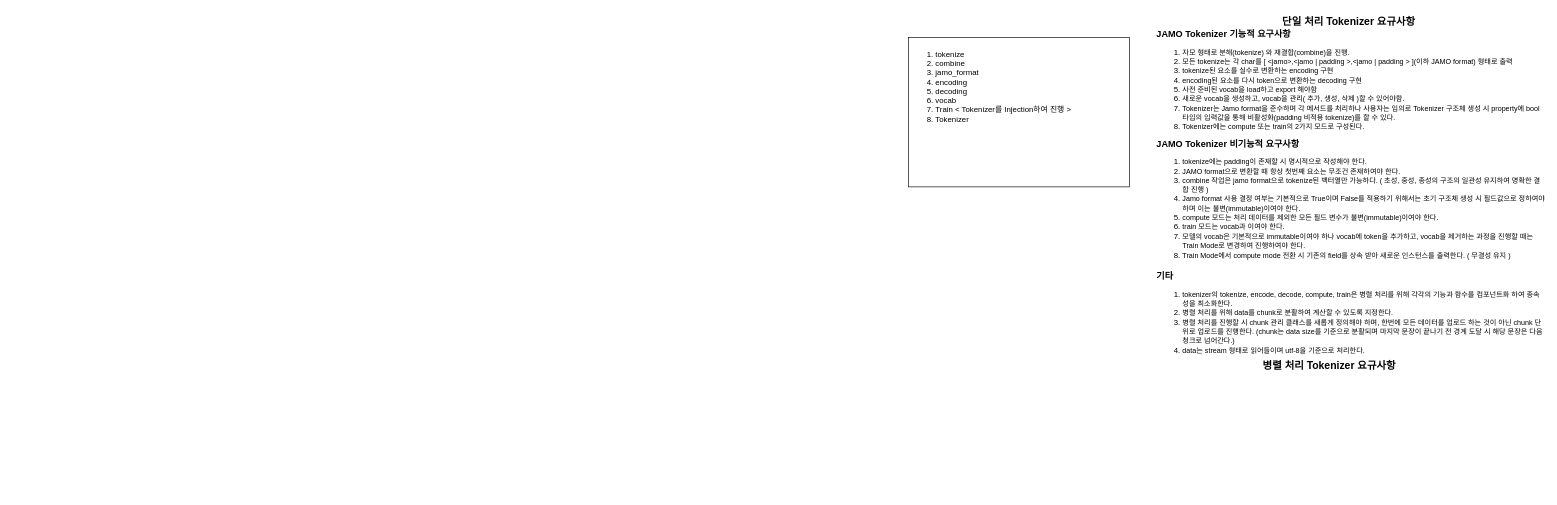
Earlier version of the draw.io diagram JAMO Tokenizer 요구사항 정리.drawio (tolf7544/JAMO-Tokenizer). Source tidied: cells renumbered, new cells numbered last; positions are measured from the earlier drawing's top-left corner, leaving out a move shared by most shapes. Both pictures are drawn from the tidied source at 65%, with x=0, y=0 at pixel (908, 11).
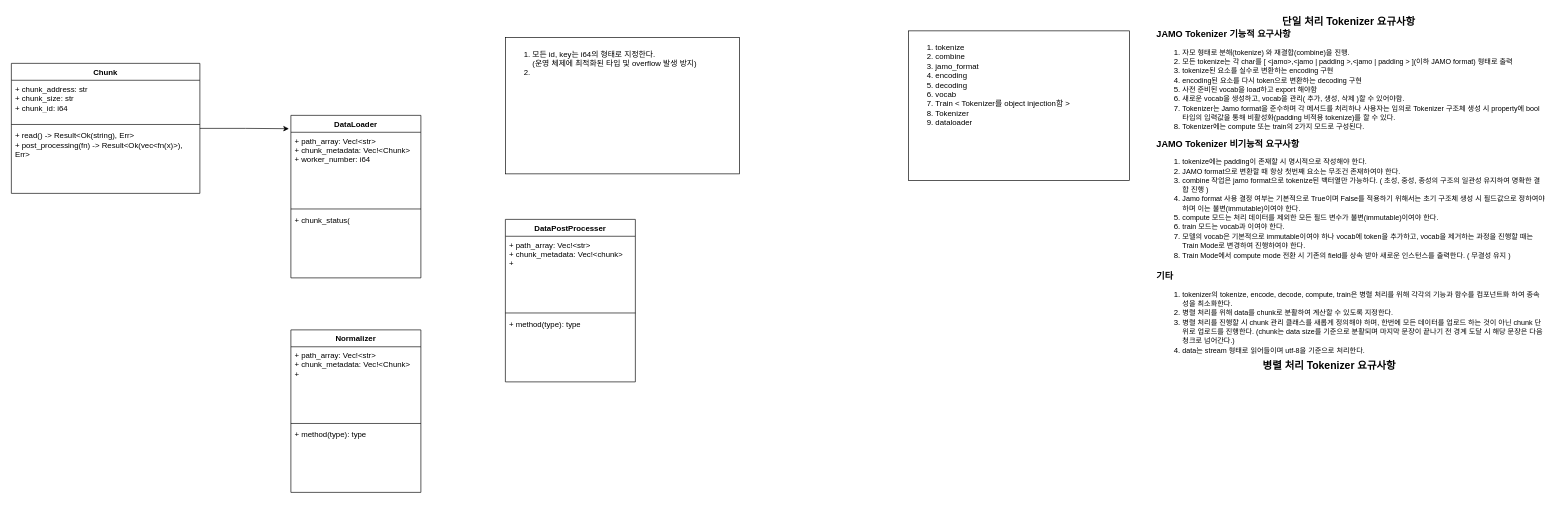
Above is the later version.

Commit message:
JAMO Tokenizer 요구사항 정리.drawio이 추가되었습니다.

The edit, as a diff of the source:
```diff
@@
-    <mxCell id="7" value="&lt;ol&gt;&lt;li&gt;tokenize&lt;/li&gt;&lt;li&gt;combine&lt;/li&gt;&lt;li&gt;jamo_format&lt;/li&gt;&lt;li&gt;encoding&lt;/li&gt;&lt;li&gt;decoding&lt;/li&gt;&lt;li&gt;vocab&lt;/li&gt;&lt;li&gt;Train &amp;lt; Tokenizer를 Injection하여 진행 &amp;gt;&lt;/li&gt;&lt;li&gt;Tokenizer&lt;/li&gt;&lt;/ol&gt;" style="rounded=0;whiteSpace=wrap;html=1;align=left;verticalAlign=top;" parent="1" vertex="1">
-      <mxGeometry y="40" width="340" height="230" as="geometry" />
-    </mxCell>
+    <mxCell id="8" value="&lt;ol&gt;&lt;li&gt;tokenize&lt;/li&gt;&lt;li&gt;combine&lt;/li&gt;&lt;li&gt;jamo_format&lt;/li&gt;&lt;li&gt;encoding&lt;/li&gt;&lt;li&gt;decoding&lt;/li&gt;&lt;li&gt;vocab&lt;/li&gt;&lt;li&gt;&lt;span style=&quot;background-color: transparent; color: light-dark(rgb(0, 0, 0), rgb(255, 255, 255));&quot;&gt;Train &amp;lt; Tokenizer를 object injection함 &amp;gt;&lt;/span&gt;&lt;/li&gt;&lt;li&gt;Tokenizer&lt;/li&gt;&lt;li&gt;dataloader&lt;/li&gt;&lt;/ol&gt;" style="rounded=0;whiteSpace=wrap;html=1;align=left;verticalAlign=top;" parent="1" vertex="1">
+      <mxGeometry y="30" width="340" height="230" as="geometry" />
+    </mxCell>
+    <mxCell id="9" value="DataLoader" style="swimlane;fontStyle=1;align=center;verticalAlign=top;horizontal=1;startSize=26;whiteSpace=wrap;html=1;" parent="1" vertex="1">
+      <mxGeometry x="-950" y="160" width="200" height="250" as="geometry" />
+    </mxCell>
+    <mxCell id="10" value="+ path_array: Vec!&amp;lt;str&amp;gt;&lt;div&gt;+ chunk_metadata: Vec!&amp;lt;Chunk&amp;gt;&lt;/div&gt;&lt;div&gt;+ worker_number:&amp;nbsp;&lt;span style=&quot;background-color: transparent; color: light-dark(rgb(0, 0, 0), rgb(255, 255, 255));&quot;&gt;i64&lt;/span&gt;&lt;/div&gt;" style="text;strokeColor=none;fillColor=none;align=left;verticalAlign=top;spacingLeft=4;spacingRight=4;overflow=hidden;whiteSpace=wrap;html=1;" parent="9" vertex="1">
+      <mxGeometry y="26" width="200" height="114" as="geometry" />
+    </mxCell>
+    <mxCell id="11" style="line;strokeWidth=1;fillColor=none;align=left;verticalAlign=middle;spacingTop=-1;spacingLeft=3;spacingRight=3;labelPosition=right;strokeColor=inherit;" parent="9" vertex="1">
+      <mxGeometry y="140" width="200" height="8" as="geometry" />
+    </mxCell>
+    <mxCell id="12" value="+ chunk_status(" style="text;strokeColor=none;fillColor=none;align=left;verticalAlign=top;spacingLeft=4;spacingRight=4;overflow=hidden;whiteSpace=wrap;html=1;" parent="9" vertex="1">
+      <mxGeometry y="148" width="200" height="102" as="geometry" />
+    </mxCell>
+    <mxCell id="13" value="Chunk" style="swimlane;fontStyle=1;align=center;verticalAlign=top;horizontal=1;startSize=26;whiteSpace=wrap;html=1;" parent="1" vertex="1">
+      <mxGeometry x="-1380" y="80" width="290" height="200" as="geometry" />
+    </mxCell>
+    <mxCell id="14" value="+ chunk_address: str&lt;div&gt;+ chunk_size: str&lt;/div&gt;&lt;div&gt;+ chunk_id: i64&lt;/div&gt;" style="text;strokeColor=none;fillColor=none;align=left;verticalAlign=top;spacingLeft=4;spacingRight=4;overflow=hidden;whiteSpace=wrap;html=1;" parent="13" vertex="1">
+      <mxGeometry y="26" width="290" height="64" as="geometry" />
+    </mxCell>
+    <mxCell id="15" style="line;strokeWidth=1;fillColor=none;align=left;verticalAlign=middle;spacingTop=-1;spacingLeft=3;spacingRight=3;labelPosition=right;strokeColor=inherit;" parent="13" vertex="1">
+      <mxGeometry y="90" width="290" height="8" as="geometry" />
+    </mxCell>
+    <mxCell id="16" value="+ read() -&amp;gt; Result&amp;lt;Ok(string), Err&amp;gt;&lt;div&gt;+ post_processing(fn)&lt;span style=&quot;background-color: transparent; color: light-dark(rgb(0, 0, 0), rgb(255, 255, 255));&quot;&gt;&amp;nbsp;&lt;/span&gt;&lt;span style=&quot;background-color: transparent; color: light-dark(rgb(0, 0, 0), rgb(255, 255, 255));&quot;&gt;-&amp;gt; Result&amp;lt;Ok(vec&amp;lt;&lt;/span&gt;&lt;span style=&quot;background-color: transparent; color: light-dark(rgb(0, 0, 0), rgb(255, 255, 255));&quot;&gt;fn(x)&lt;/span&gt;&lt;span style=&quot;background-color: transparent; color: light-dark(rgb(0, 0, 0), rgb(255, 255, 255));&quot;&gt;&amp;gt;), Err&amp;gt;&lt;/span&gt;&lt;/div&gt;" style="text;strokeColor=none;fillColor=none;align=left;verticalAlign=top;spacingLeft=4;spacingRight=4;overflow=hidden;whiteSpace=wrap;html=1;" parent="13" vertex="1">
+      <mxGeometry y="98" width="290" height="102" as="geometry" />
+    </mxCell>
+    <mxCell id="17" value="Normalizer" style="swimlane;fontStyle=1;align=center;verticalAlign=top;horizontal=1;startSize=26;whiteSpace=wrap;html=1;" parent="1" vertex="1">
+      <mxGeometry x="-950" y="490" width="200" height="250" as="geometry" />
+    </mxCell>
+    <mxCell id="18" value="+ path_array: Vec!&amp;lt;str&amp;gt;&lt;div&gt;+ chunk_metadata: Vec!&amp;lt;Chunk&amp;gt;&lt;/div&gt;&lt;div&gt;+&amp;nbsp;&lt;/div&gt;" style="text;strokeColor=none;fillColor=none;align=left;verticalAlign=top;spacingLeft=4;spacingRight=4;overflow=hidden;whiteSpace=wrap;html=1;" parent="17" vertex="1">
+      <mxGeometry y="26" width="200" height="114" as="geometry" />
+    </mxCell>
+    <mxCell id="19" style="line;strokeWidth=1;fillColor=none;align=left;verticalAlign=middle;spacingTop=-1;spacingLeft=3;spacingRight=3;labelPosition=right;strokeColor=inherit;" parent="17" vertex="1">
+      <mxGeometry y="140" width="200" height="8" as="geometry" />
+    </mxCell>
+    <mxCell id="20" value="+ method(type): type" style="text;strokeColor=none;fillColor=none;align=left;verticalAlign=top;spacingLeft=4;spacingRight=4;overflow=hidden;whiteSpace=wrap;html=1;" parent="17" vertex="1">
+      <mxGeometry y="148" width="200" height="102" as="geometry" />
+    </mxCell>
+    <mxCell id="21" style="edgeStyle=orthogonalEdgeStyle;rounded=0;jettySize=auto;html=1;entryX=-0.015;entryY=0.082;entryDx=0;entryDy=0;entryPerimeter=0;" parent="1" edge="1" source="13" target="9">
+      <mxGeometry relative="1" as="geometry" />
+    </mxCell>
+    <mxCell id="22" value="DataPostProcesser" style="swimlane;fontStyle=1;align=center;verticalAlign=top;horizontal=1;startSize=26;whiteSpace=wrap;html=1;" parent="1" vertex="1">
+      <mxGeometry x="-620" y="320" width="200" height="250" as="geometry" />
+    </mxCell>
+    <mxCell id="23" value="+ path_array: Vec!&amp;lt;str&amp;gt;&lt;div&gt;+ chunk_metadata: Vec!&amp;lt;chunk&amp;gt;&lt;/div&gt;&lt;div&gt;+&amp;nbsp;&lt;/div&gt;" style="text;strokeColor=none;fillColor=none;align=left;verticalAlign=top;spacingLeft=4;spacingRight=4;overflow=hidden;whiteSpace=wrap;html=1;" parent="22" vertex="1">
+      <mxGeometry y="26" width="200" height="114" as="geometry" />
+    </mxCell>
+    <mxCell id="24" style="line;strokeWidth=1;fillColor=none;align=left;verticalAlign=middle;spacingTop=-1;spacingLeft=3;spacingRight=3;labelPosition=right;strokeColor=inherit;" parent="22" vertex="1">
+      <mxGeometry y="140" width="200" height="8" as="geometry" />
+    </mxCell>
+    <mxCell id="25" value="+ method(type): type" style="text;strokeColor=none;fillColor=none;align=left;verticalAlign=top;spacingLeft=4;spacingRight=4;overflow=hidden;whiteSpace=wrap;html=1;" parent="22" vertex="1">
+      <mxGeometry y="148" width="200" height="102" as="geometry" />
+    </mxCell>
+    <mxCell id="26" value="&lt;ol&gt;&lt;li&gt;모든 id, key는 i64의 형태로 지정한다.&lt;br&gt;(운영 체제에 최적화된 타입 및 overflow 발생 방지)&lt;/li&gt;&lt;li&gt;&lt;br&gt;&lt;/li&gt;&lt;/ol&gt;" style="whiteSpace=wrap;html=1;verticalAlign=top;align=left;" parent="1" vertex="1">
+      <mxGeometry x="-620" y="40" width="360" height="210" as="geometry" />
+    </mxCell>
```
